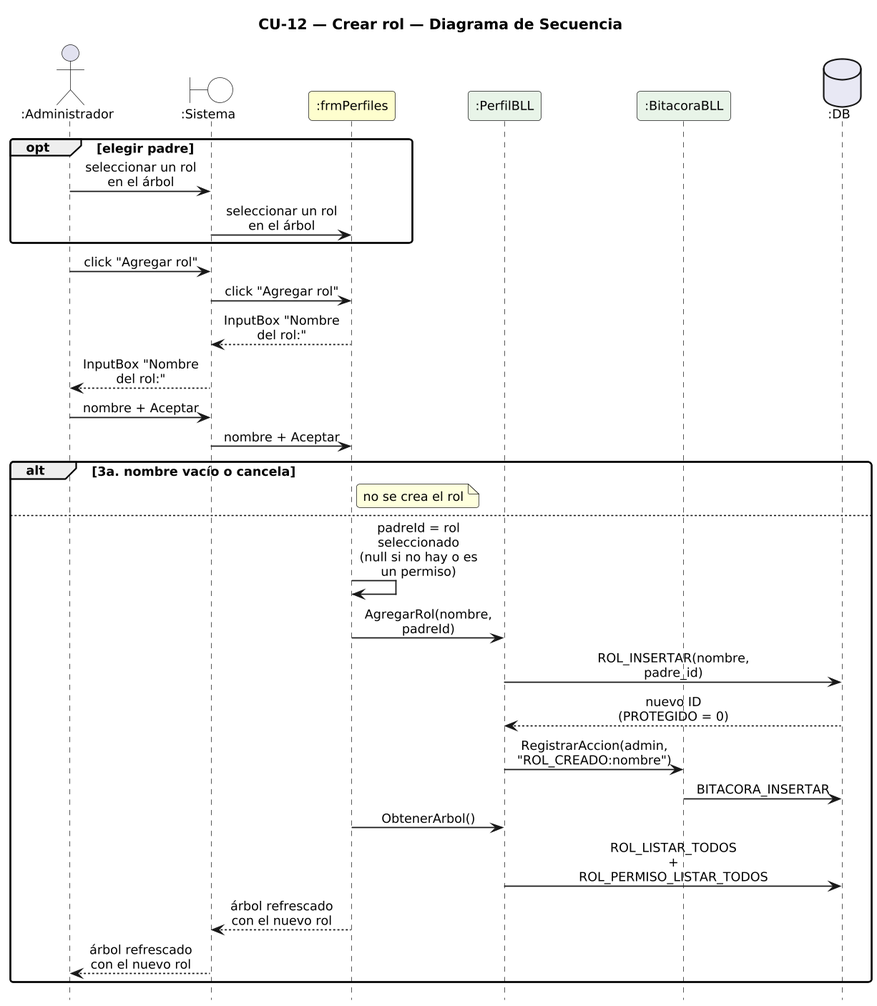
The PlantUML diagram DIAGRAMAS/DiagramaSecuencia_CU12_CrearRol.png in Urrels/ingenieria_software, before a commit.
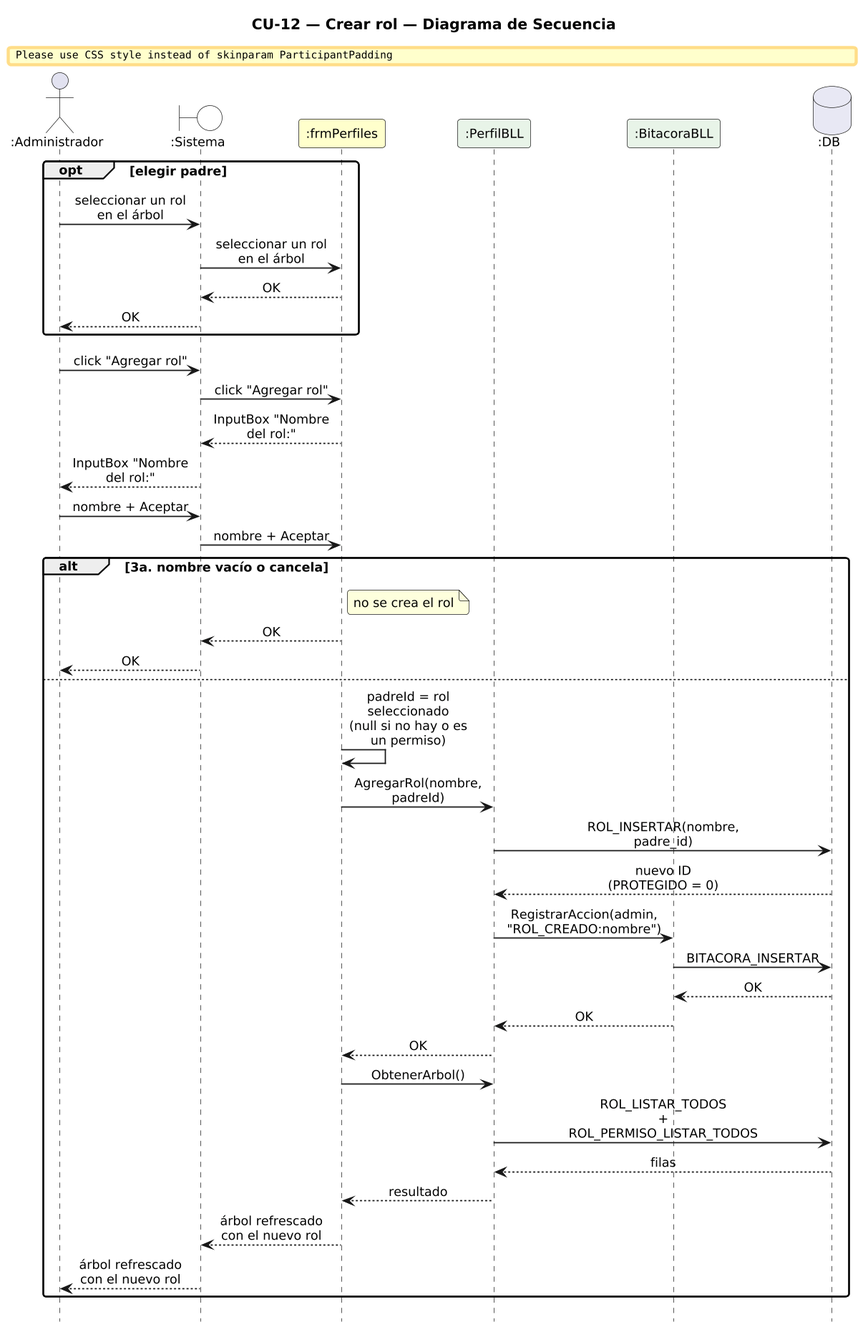
After the change.

Diff of the diagram source:
```diff
@@ -23,6 +23,8 @@
 opt elegir padre
   A -> SYS : seleccionar un rol en el árbol
   SYS -> F : seleccionar un rol en el árbol
+  F --> SYS : OK
+  SYS --> A : OK
 end
 A -> SYS : click "Agregar rol"
 SYS -> F : click "Agregar rol"
@@ -32,6 +34,8 @@
 SYS -> F : nombre + Aceptar
 alt 3a. nombre vacío o cancela
   note right of F : no se crea el rol
+F --> SYS : OK
+SYS --> A : OK
 else
   F -> F : padreId = rol seleccionado\n(null si no hay o es un permiso)
   F -> PB : AgregarRol(nombre, padreId)
@@ -39,8 +43,13 @@
   DB --> PB : nuevo ID (PROTEGIDO = 0)
   PB -> BB : RegistrarAccion(admin, "ROL_CREADO:nombre")
   BB -> DB : BITACORA_INSERTAR
+  DB --> BB : OK
+  BB --> PB : OK
+  PB --> F : OK
   F -> PB : ObtenerArbol()
   PB -> DB : ROL_LISTAR_TODOS + ROL_PERMISO_LISTAR_TODOS
+  DB --> PB : filas
+  PB --> F : resultado
   F --> SYS : árbol refrescado con el nuevo rol
   SYS --> A : árbol refrescado con el nuevo rol
 end
```
